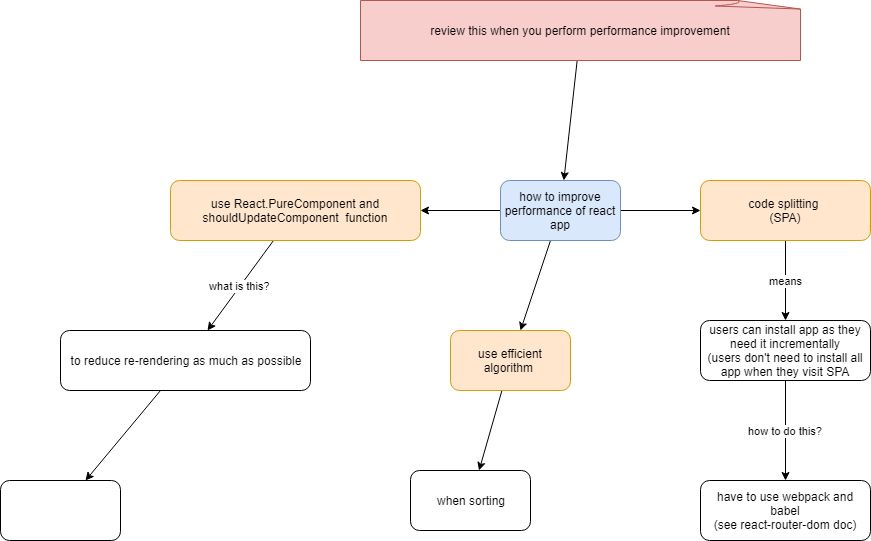
stsiwo/react_redux_concept keeps this draw.io diagram as react_performance.png. Above is the earlier version. Source tidied: cells renumbered, new cells last; positions are measured from the earlier drawing's top-left corner, leaving out a move shared by most shapes.
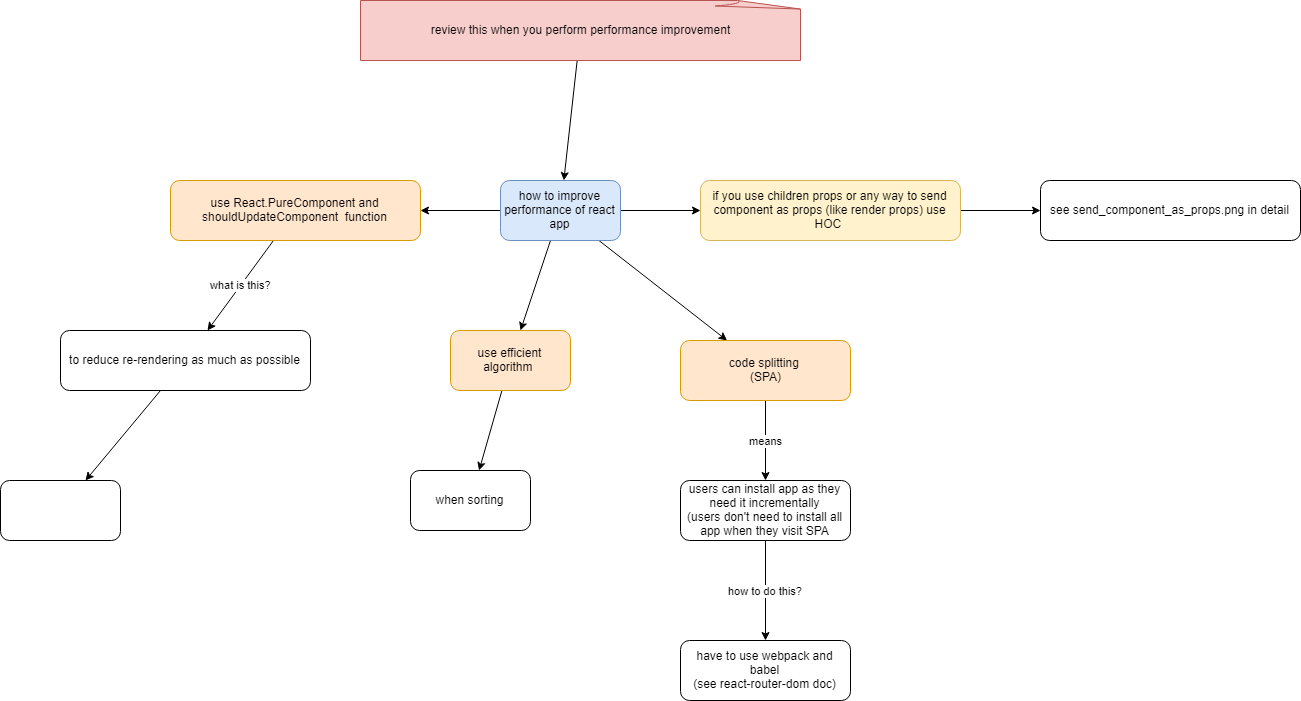
After the commit.

What changed in the source:
```diff
@@ -11,23 +11,35 @@
     <mxCell id="4" style="edgeStyle=none;rounded=0;html=1;jettySize=auto;" parent="1" edge="1" source="5" target="7">
       <mxGeometry relative="1" as="geometry" />
     </mxCell>
+    <mxCell id="21" style="edgeStyle=orthogonalEdgeStyle;rounded=0;html=1;jettySize=auto;" parent="1" edge="1" source="5" target="23">
+      <mxGeometry relative="1" as="geometry" />
+    </mxCell>
     <mxCell id="5" value="how to improve performance of react app" style="rounded=1;whiteSpace=wrap;html=1;fillColor=#dae8fc;strokeColor=#6c8ebf;" parent="1" vertex="1">
       <mxGeometry x="500" y="180" width="120" height="60" as="geometry" />
     </mxCell>
+    <mxCell id="22" style="edgeStyle=orthogonalEdgeStyle;rounded=0;html=1;jettySize=auto;" parent="1" edge="1" source="23" target="24">
+      <mxGeometry relative="1" as="geometry" />
+    </mxCell>
+    <mxCell id="23" value="if you use children props or any way to send component as props (like render props) use HOC&amp;nbsp;" style="rounded=1;whiteSpace=wrap;html=1;fillColor=#fff2cc;strokeColor=#d6b656;" parent="1" vertex="1">
+      <mxGeometry x="700" y="180" width="260" height="60" as="geometry" />
+    </mxCell>
+    <mxCell id="24" value="see send_component_as_props.png in detail" style="rounded=1;whiteSpace=wrap;html=1;fillColor=#ffffff;strokeColor=#000000;" parent="1" vertex="1">
+      <mxGeometry x="1040" y="180" width="260" height="60" as="geometry" />
+    </mxCell>
     <mxCell id="6" value="means" style="edgeStyle=none;rounded=0;html=1;jettySize=auto;" parent="1" edge="1" source="7" target="9">
       <mxGeometry relative="1" as="geometry" />
     </mxCell>
     <mxCell id="7" value="code splitting&amp;nbsp;&lt;br&gt;(SPA)&lt;br&gt;" style="rounded=1;whiteSpace=wrap;html=1;fillColor=#ffe6cc;strokeColor=#d79b00;" parent="1" vertex="1">
-      <mxGeometry x="700" y="180" width="170" height="60" as="geometry" />
+      <mxGeometry x="680" y="340" width="170" height="60" as="geometry" />
     </mxCell>
     <mxCell id="8" value="how to do this?" style="edgeStyle=none;rounded=0;html=1;jettySize=auto;" parent="1" edge="1" source="9" target="10">
       <mxGeometry relative="1" as="geometry" />
     </mxCell>
     <mxCell id="9" value="users can install app as they need it incrementally&lt;br&gt;(users don't need to install all app when they visit SPA&lt;br&gt;" style="rounded=1;whiteSpace=wrap;html=1;fillColor=#ffffff;strokeColor=#000000;" parent="1" vertex="1">
-      <mxGeometry x="700" y="320" width="170" height="60" as="geometry" />
+      <mxGeometry x="680" y="480" width="170" height="60" as="geometry" />
     </mxCell>
     <mxCell id="10" value="have to use webpack and babel&lt;br&gt;(see react-router-dom doc)&lt;br&gt;" style="rounded=1;whiteSpace=wrap;html=1;fillColor=#ffffff;strokeColor=#000000;" parent="1" vertex="1">
-      <mxGeometry x="700" y="480" width="170" height="60" as="geometry" />
+      <mxGeometry x="680" y="640" width="170" height="60" as="geometry" />
     </mxCell>
     <mxCell id="11" style="edgeStyle=none;rounded=0;html=1;jettySize=auto;" parent="1" edge="1" source="12" target="13">
       <mxGeometry relative="1" as="geometry" />
```
